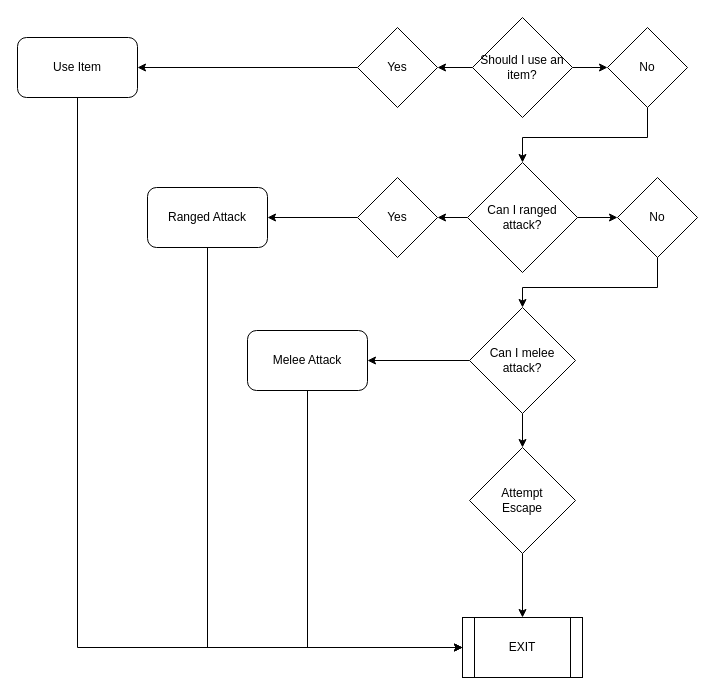
michaelm142/Stick-Figure-Game keeps this draw.io diagram as Ai_DecisionTree.drawio. Above is the earlier version. Source tidied: cells renumbered, new cells numbered last; positions are measured from the earlier drawing's top-left corner, leaving out a move shared by most shapes. Both pictures are drawn from the tidied source at 100%, with x=0, y=0 at pixel (17, 17).
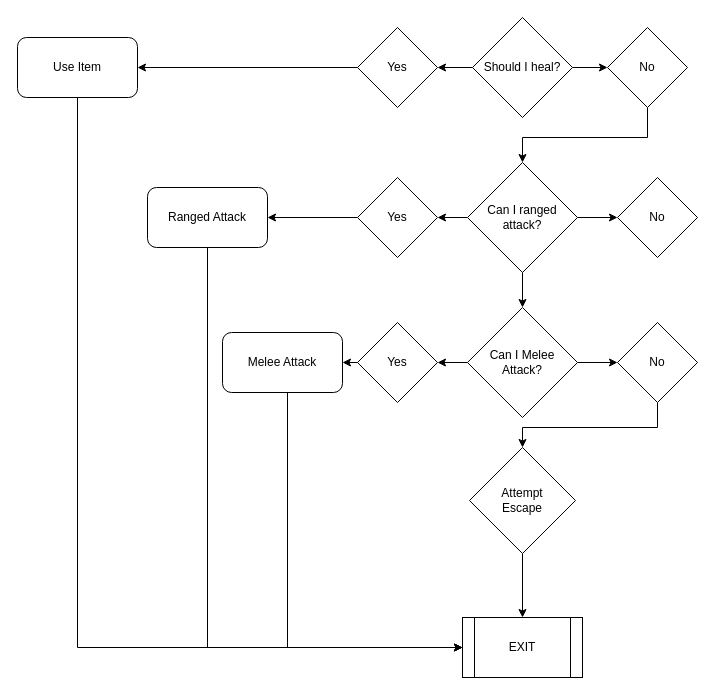
Above is the later version.

The change refers to these unchanged cells:
```xml
<mxCell id="7" value="Can I ranged attack?" style="rhombus;whiteSpace=wrap;html=1;" parent="1" vertex="1">
  <mxGeometry x="450" y="145" width="110" height="110" as="geometry" />
</mxCell>
<mxCell id="12" value="EXIT" style="shape=process;whiteSpace=wrap;html=1;backgroundOutline=1;" parent="1" vertex="1">
  <mxGeometry x="445" y="600" width="120" height="60" as="geometry" />
</mxCell>
<mxCell id="16" value="No" style="rhombus;whiteSpace=wrap;html=1;" parent="1" vertex="1">
  <mxGeometry x="600" y="160" width="80" height="80" as="geometry" />
</mxCell>
<mxCell id="27" value="Attempt &lt;br&gt;Escape" style="rhombus;whiteSpace=wrap;html=1;" parent="1" vertex="1">
  <mxGeometry x="452" y="430" width="106" height="106" as="geometry" />
</mxCell>
```

Diff of the diagram source:
```diff
@@
-    <mxCell id="4" value="Should I use an item?" style="rhombus;whiteSpace=wrap;html=1;" parent="1" vertex="1">
+    <mxCell id="4" value="Should I heal?" style="rhombus;whiteSpace=wrap;html=1;" parent="1" vertex="1">
       <mxGeometry x="455" width="100" height="100" as="geometry" />
     </mxCell>
@@
+    <mxCell id="28" style="edgeStyle=orthogonalEdgeStyle;rounded=0;jettySize=auto;html=1;entryX=0.5;entryY=0;entryDx=0;entryDy=0;" parent="1" edge="1" source="7" target="31">
+      <mxGeometry relative="1" as="geometry" />
+    </mxCell>
@@
-    <mxCell id="15" style="edgeStyle=orthogonalEdgeStyle;rounded=0;jettySize=auto;html=1;entryX=0.5;entryY=0;entryDx=0;entryDy=0;" parent="1" edge="1" source="16" target="25">
-      <mxGeometry relative="1" as="geometry">
-        <Array as="points">
-          <mxPoint x="640" y="270" />
-          <mxPoint x="505" y="270" />
-        </Array>
-      </mxGeometry>
-    </mxCell>
@@
     <mxCell id="21" style="edgeStyle=orthogonalEdgeStyle;rounded=0;jettySize=auto;html=1;" parent="1" edge="1" source="22" target="12">
       <mxGeometry relative="1" as="geometry">
         <Array as="points">
-          <mxPoint x="290" y="630" />
+          <mxPoint x="270" y="630" />
         </Array>
       </mxGeometry>
     </mxCell>
     <mxCell id="22" value="Melee Attack" style="rounded=1;whiteSpace=wrap;html=1;" parent="1" vertex="1">
-      <mxGeometry x="230" y="313" width="120" height="60" as="geometry" />
+      <mxGeometry x="205" y="315" width="120" height="60" as="geometry" />
     </mxCell>
-    <mxCell id="23" style="edgeStyle=orthogonalEdgeStyle;rounded=0;jettySize=auto;html=1;entryX=1;entryY=0.5;entryDx=0;entryDy=0;" parent="1" edge="1" source="25" target="22">
-      <mxGeometry relative="1" as="geometry" />
-    </mxCell>
-    <mxCell id="24" style="edgeStyle=orthogonalEdgeStyle;rounded=0;jettySize=auto;html=1;" parent="1" edge="1" source="25" target="27">
-      <mxGeometry relative="1" as="geometry" />
-    </mxCell>
-    <mxCell id="25" value="Can I melee attack?" style="rhombus;whiteSpace=wrap;html=1;" parent="1" vertex="1">
-      <mxGeometry x="452" y="290" width="106" height="106" as="geometry" />
-    </mxCell>
@@
+    <mxCell id="29" style="edgeStyle=orthogonalEdgeStyle;rounded=0;jettySize=auto;html=1;" parent="1" edge="1" source="31" target="33">
+      <mxGeometry relative="1" as="geometry" />
+    </mxCell>
+    <mxCell id="30" style="edgeStyle=orthogonalEdgeStyle;rounded=0;jettySize=auto;html=1;" parent="1" edge="1" source="31" target="35">
+      <mxGeometry relative="1" as="geometry" />
+    </mxCell>
+    <mxCell id="31" value="Can I Melee &lt;br&gt;Attack?" style="rhombus;whiteSpace=wrap;html=1;" parent="1" vertex="1">
+      <mxGeometry x="450" y="290" width="110" height="110" as="geometry" />
+    </mxCell>
+    <mxCell id="32" style="edgeStyle=orthogonalEdgeStyle;rounded=0;jettySize=auto;html=1;exitX=0;exitY=0.5;exitDx=0;exitDy=0;entryX=1;entryY=0.5;entryDx=0;entryDy=0;" parent="1" edge="1" source="33" target="22">
+      <mxGeometry relative="1" as="geometry" />
+    </mxCell>
+    <mxCell id="33" value="Yes" style="rhombus;whiteSpace=wrap;html=1;" parent="1" vertex="1">
+      <mxGeometry x="340" y="305" width="80" height="80" as="geometry" />
+    </mxCell>
+    <mxCell id="34" style="edgeStyle=orthogonalEdgeStyle;rounded=0;jettySize=auto;html=1;" parent="1" edge="1" source="35" target="27">
+      <mxGeometry relative="1" as="geometry">
+        <Array as="points">
+          <mxPoint x="640" y="410" />
+          <mxPoint x="505" y="410" />
+        </Array>
+      </mxGeometry>
+    </mxCell>
+    <mxCell id="35" value="No" style="rhombus;whiteSpace=wrap;html=1;" parent="1" vertex="1">
+      <mxGeometry x="600" y="305" width="80" height="80" as="geometry" />
+    </mxCell>
```
